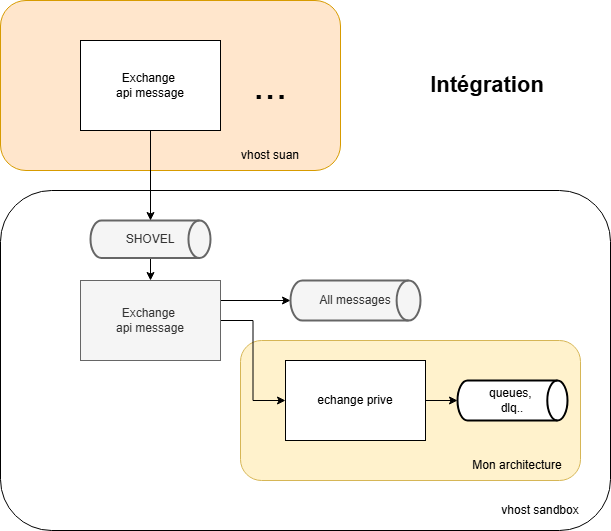
sarraz1/csau keeps this draw.io diagram as drawio/sandbox_rabbit.png. Above is the earlier version. Source tidied: cells renumbered, new cells last; positions are measured from the earlier drawing's top-left corner, leaving out a move shared by most shapes.
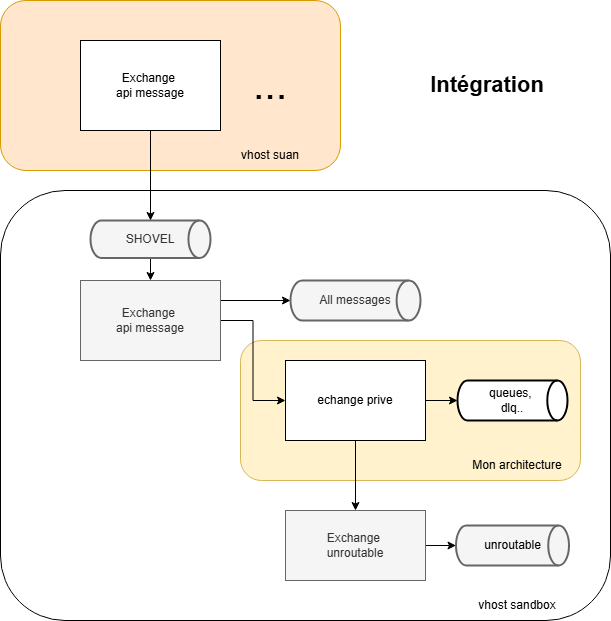
The same diagram one commit later.

Commit message:
Mettre à jour sandbox_rabbit.png

Change to the diagram source:
```diff
@@ -9,7 +9,7 @@
       <mxGeometry width="340" height="170" as="geometry" />
     </mxCell>
     <mxCell id="4" style="rounded=1;whiteSpace=wrap;html=1;fillColor=none;" parent="1" vertex="1">
-      <mxGeometry y="190" width="610" height="340" as="geometry" />
+      <mxGeometry y="190" width="610" height="430" as="geometry" />
     </mxCell>
     <mxCell id="5" value="Exchange&amp;nbsp;&lt;div&gt;api message&lt;/div&gt;" style="rounded=0;whiteSpace=wrap;html=1;" parent="1" vertex="1">
       <mxGeometry x="80" y="40" width="140" height="90" as="geometry" />
@@ -33,7 +33,7 @@
       <mxGeometry x="90" y="220" width="120" height="37.5" as="geometry" />
     </mxCell>
     <mxCell id="12" value="vhost sandbox" style="text;html=1;align=center;verticalAlign=middle;whiteSpace=wrap;rounded=0;" parent="1" vertex="1">
-      <mxGeometry x="490" y="495" width="100" height="30" as="geometry" />
+      <mxGeometry x="467" y="590" width="100" height="30" as="geometry" />
     </mxCell>
     <mxCell id="13" value="vhost suan" style="text;html=1;align=center;verticalAlign=middle;whiteSpace=wrap;rounded=0;" parent="1" vertex="1">
       <mxGeometry x="220" y="140" width="100" height="30" as="geometry" />
@@ -44,6 +44,9 @@
     <mxCell id="15" style="edgeStyle=orthogonalEdgeStyle;rounded=0;jettySize=auto;html=1;" parent="1" edge="1" source="16" target="17">
       <mxGeometry relative="1" as="geometry" />
     </mxCell>
+    <mxCell id="22" style="edgeStyle=orthogonalEdgeStyle;rounded=0;jettySize=auto;html=1;entryX=0.5;entryY=0;entryDx=0;entryDy=0;" parent="1" edge="1" source="16" target="24">
+      <mxGeometry relative="1" as="geometry" />
+    </mxCell>
     <mxCell id="16" value="echange prive" style="rounded=0;whiteSpace=wrap;html=1;" parent="1" vertex="1">
       <mxGeometry x="285" y="360" width="140" height="80" as="geometry" />
     </mxCell>
@@ -62,5 +65,14 @@
     <mxCell id="21" value="Intégration" style="text;html=1;align=center;verticalAlign=middle;whiteSpace=wrap;rounded=0;fontSize=22;fontStyle=1;" parent="1" vertex="1">
       <mxGeometry x="457" y="70" width="60" height="30" as="geometry" />
     </mxCell>
+    <mxCell id="23" style="edgeStyle=orthogonalEdgeStyle;rounded=0;jettySize=auto;html=1;" parent="1" edge="1" source="24" target="25">
+      <mxGeometry relative="1" as="geometry" />
+    </mxCell>
+    <mxCell id="24" value="Exchange&amp;nbsp;&lt;div&gt;unroutable&lt;/div&gt;" style="rounded=0;whiteSpace=wrap;html=1;fillColor=#f5f5f5;fontColor=#333333;strokeColor=#666666;" parent="1" vertex="1">
+      <mxGeometry x="285" y="510" width="140" height="70" as="geometry" />
+    </mxCell>
+    <mxCell id="25" value="&lt;span style=&quot;background-color: transparent; color: light-dark(rgb(0, 0, 0), rgb(255, 255, 255));&quot;&gt;unroutable&lt;/span&gt;" style="strokeWidth=2;html=1;shape=mxgraph.flowchart.direct_data;whiteSpace=wrap;fillColor=#f5f5f5;fontColor=#333333;strokeColor=#666666;" parent="1" vertex="1">
+      <mxGeometry x="455.5" y="525" width="113" height="40" as="geometry" />
+    </mxCell>
   </root>
 </mxGraphModel>
```
